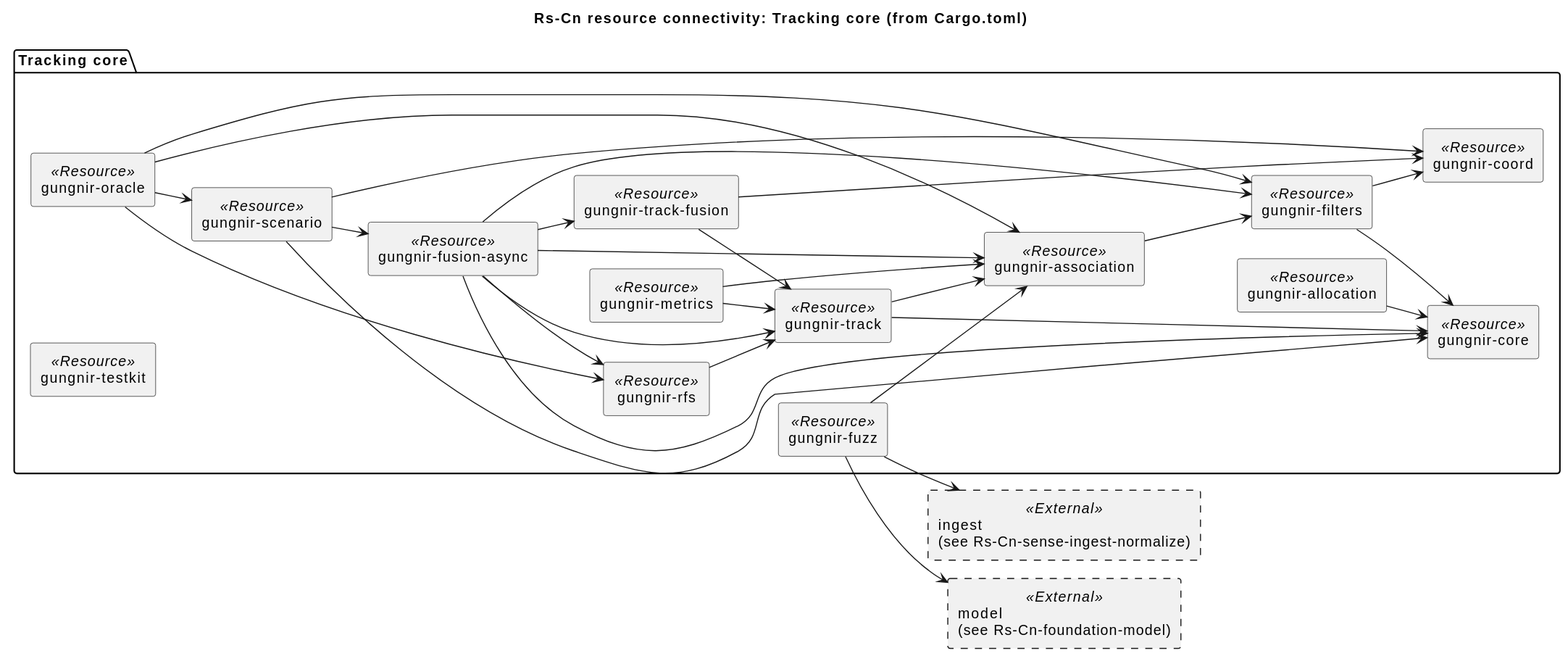
Above: docs/architecture/uaf/rendered/resources/Rs-Cn-tracking-core.svg in WayneRoessling/gungnir (PlantUML), before the change. The source it was exported from:
```plantuml
@startuml
title Rs-Cn resource connectivity: Tracking core (from Cargo.toml)
!pragma layout smetana
skinparam componentStyle rectangle
skinparam linetype ortho
left to right direction
package "Tracking core" {
  component "gungnir-allocation" as RS_allocation <<Resource>>
  component "gungnir-association" as RS_association <<Resource>>
  component "gungnir-coord" as RS_coord <<Resource>>
  component "gungnir-core" as RS_core <<Resource>>
  component "gungnir-filters" as RS_filters <<Resource>>
  component "gungnir-fusion-async" as RS_fusion_async <<Resource>>
  component "gungnir-fuzz" as RS_fuzz <<Resource>>
  component "gungnir-metrics" as RS_metrics <<Resource>>
  component "gungnir-oracle" as RS_oracle <<Resource>>
  component "gungnir-rfs" as RS_rfs <<Resource>>
  component "gungnir-scenario" as RS_scenario <<Resource>>
  component "gungnir-testkit" as RS_testkit <<Resource>>
  component "gungnir-track-fusion" as RS_track_fusion <<Resource>>
  component "gungnir-track" as RS_track <<Resource>>
}
component "ingest\n(see Rs-Cn-sense-ingest-normalize)" as RS_ingest <<External>> #line.dashed
component "model\n(see Rs-Cn-foundation-model)" as RS_model <<External>> #line.dashed
RS_allocation --> RS_core
RS_association --> RS_filters
RS_filters --> RS_core
RS_filters --> RS_coord
RS_fusion_async --> RS_track
RS_fusion_async --> RS_rfs
RS_fusion_async --> RS_track_fusion
RS_fusion_async --> RS_core
RS_fusion_async --> RS_filters
RS_fusion_async --> RS_association
RS_fuzz --> RS_association
RS_fuzz --> RS_ingest
RS_fuzz --> RS_model
RS_metrics --> RS_track
RS_metrics --> RS_association
RS_oracle --> RS_filters
RS_oracle --> RS_association
RS_oracle --> RS_rfs
RS_oracle --> RS_scenario
RS_rfs --> RS_track
RS_scenario --> RS_core
RS_scenario --> RS_coord
RS_scenario --> RS_fusion_async
RS_track_fusion --> RS_track
RS_track_fusion --> RS_coord
RS_track --> RS_core
RS_track --> RS_association
@enduml
```
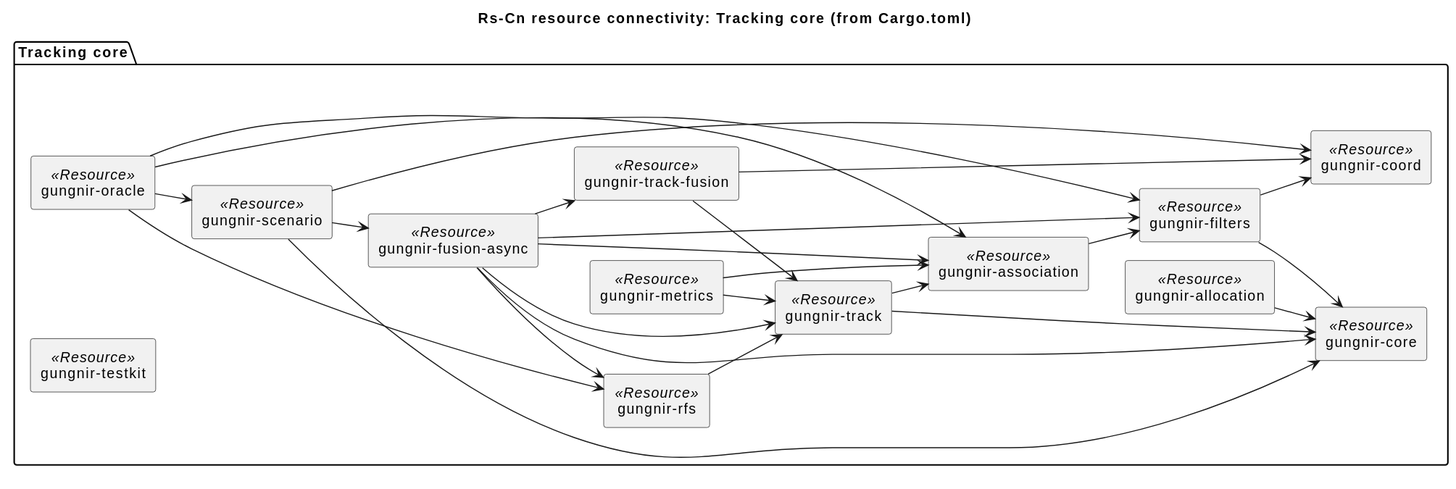
After the commit.

The edit, as a diff of the source:
```diff
@@ -11,7 +11,6 @@
   component "gungnir-core" as RS_core <<Resource>>
   component "gungnir-filters" as RS_filters <<Resource>>
   component "gungnir-fusion-async" as RS_fusion_async <<Resource>>
-  component "gungnir-fuzz" as RS_fuzz <<Resource>>
   component "gungnir-metrics" as RS_metrics <<Resource>>
   component "gungnir-oracle" as RS_oracle <<Resource>>
   component "gungnir-rfs" as RS_rfs <<Resource>>
@@ -20,8 +19,6 @@
   component "gungnir-track-fusion" as RS_track_fusion <<Resource>>
   component "gungnir-track" as RS_track <<Resource>>
 }
-component "ingest\n(see Rs-Cn-sense-ingest-normalize)" as RS_ingest <<External>> #line.dashed
-component "model\n(see Rs-Cn-foundation-model)" as RS_model <<External>> #line.dashed
 RS_allocation --> RS_core
 RS_association --> RS_filters
 RS_filters --> RS_core
@@ -32,9 +29,6 @@
 RS_fusion_async --> RS_core
 RS_fusion_async --> RS_filters
 RS_fusion_async --> RS_association
-RS_fuzz --> RS_association
-RS_fuzz --> RS_ingest
-RS_fuzz --> RS_model
 RS_metrics --> RS_track
 RS_metrics --> RS_association
 RS_oracle --> RS_filters
```
